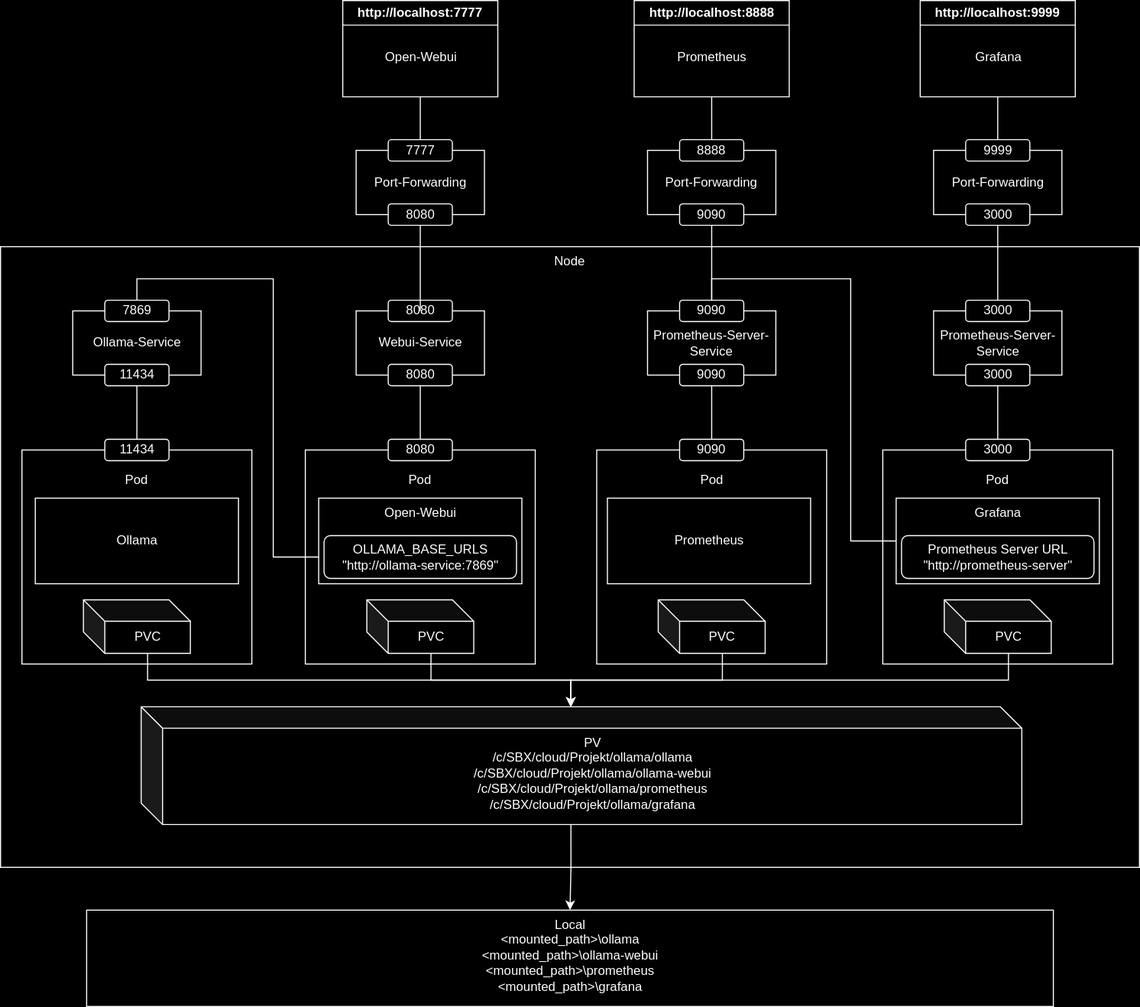
Earlier version of the draw.io export images/Architektur.drawio.svg (Constaa/cloudnative_laborarbeit). Source tidied: cells renumbered, new cells last; positions are measured from the earlier drawing's top-left corner, leaving out a move shared by most shapes.
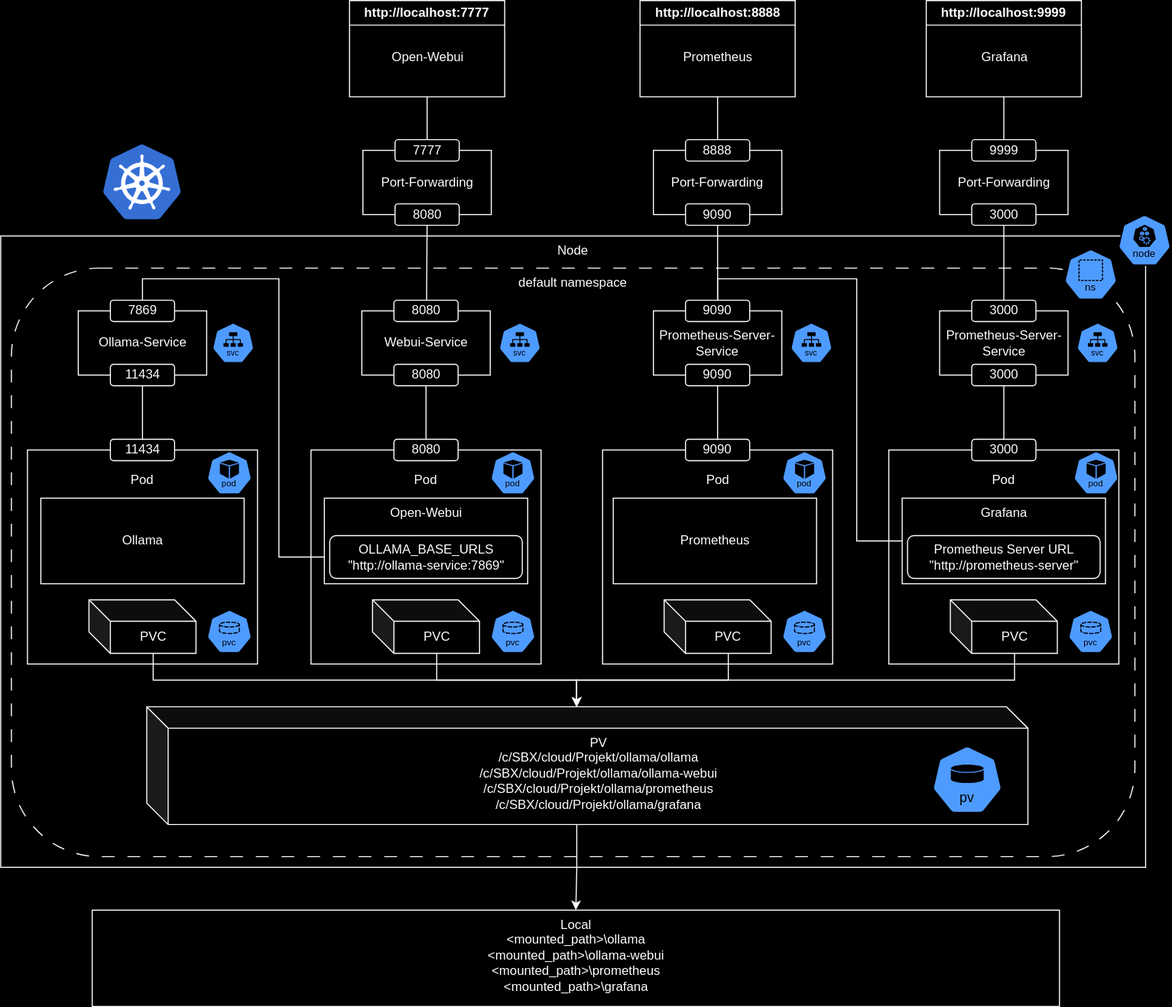
The same file after the commit.

What changed in the source:
```diff
@@ -2,9 +2,12 @@
   <root>
     <mxCell id="0" />
     <mxCell id="1" parent="0" />
-    <mxCell id="2" value="Node" style="whiteSpace=wrap;html=1;verticalAlign=top;" parent="1" vertex="1">
-      <mxGeometry y="230" width="1065" height="580" as="geometry" />
+    <mxCell id="2" value="Node" style="whiteSpace=wrap;html=1;verticalAlign=top;gradientColor=none;" parent="1" vertex="1">
+      <mxGeometry x="-5" y="220" width="1070" height="590" as="geometry" />
     </mxCell>
+    <mxCell id="75" value="default namespace" style="rounded=1;whiteSpace=wrap;html=1;dashed=1;dashPattern=12 12;verticalAlign=top;" parent="1" vertex="1">
+      <mxGeometry x="5" y="250" width="1050" height="550" as="geometry" />
+    </mxCell>
     <mxCell id="3" value="&lt;div&gt;&lt;br&gt;&lt;/div&gt;Pod" style="whiteSpace=wrap;html=1;verticalAlign=top;" parent="1" vertex="1">
       <mxGeometry x="20" y="420" width="215" height="200" as="geometry" />
     </mxCell>
@@ -27,7 +30,7 @@
       <mxGeometry relative="1" as="geometry" />
     </mxCell>
     <mxCell id="10" value="http://localhost:7777" style="swimlane;whiteSpace=wrap;html=1;" parent="1" vertex="1">
-      <mxGeometry x="320" width="145" height="90" as="geometry" />
+      <mxGeometry x="321" width="145" height="90" as="geometry" />
     </mxCell>
     <mxCell id="11" value="Open-Webui" style="text;html=1;align=center;verticalAlign=middle;strokeColor=none;fillColor=none;" parent="10" vertex="1">
       <mxGeometry x="27.5" y="38" width="90" height="30" as="geometry" />
@@ -147,7 +150,7 @@
       <mxGeometry x="902.5" y="410" width="60" height="20" as="geometry" />
     </mxCell>
     <mxCell id="46" style="group;" parent="1" vertex="1">
-      <mxGeometry x="332.5" y="130" width="120" height="80" as="geometry" />
+      <mxGeometry x="333.5" y="130" width="120" height="80" as="geometry" />
     </mxCell>
     <mxCell id="47" value="Port-Forwarding" style="rounded=0;whiteSpace=wrap;html=1;" parent="46" vertex="1">
       <mxGeometry y="10" width="120" height="60" as="geometry" />
@@ -158,8 +161,10 @@
     <mxCell id="49" value="7777" style="rounded=1;whiteSpace=wrap;html=1;" parent="46" vertex="1">
       <mxGeometry x="30" width="60" height="20" as="geometry" />
     </mxCell>
-    <mxCell id="50" style="edgeStyle=orthogonalEdgeStyle;rounded=0;jettySize=auto;html=1;entryX=0.5;entryY=1;entryDx=0;entryDy=0;endArrow=none;endFill=0;" parent="1" edge="1" source="13" target="48">
-      <mxGeometry relative="1" as="geometry" />
+    <mxCell id="50" style="edgeStyle=orthogonalEdgeStyle;rounded=0;jettySize=auto;html=1;entryX=0.5;entryY=1;entryDx=0;entryDy=0;endArrow=none;endFill=0;" parent="1" edge="1" target="48">
+      <mxGeometry relative="1" as="geometry">
+        <mxPoint x="393" y="280" as="sourcePoint" />
+      </mxGeometry>
     </mxCell>
     <mxCell id="51" style="edgeStyle=orthogonalEdgeStyle;rounded=0;jettySize=auto;html=1;exitX=0.5;exitY=0;exitDx=0;exitDy=0;entryX=0.5;entryY=1;entryDx=0;entryDy=0;endArrow=none;endFill=0;" parent="1" edge="1" source="49" target="10">
       <mxGeometry relative="1" as="geometry" />
@@ -235,5 +240,53 @@
     <mxCell id="74" style="edgeStyle=orthogonalEdgeStyle;rounded=0;jettySize=auto;html=1;exitX=0;exitY=0;exitDx=60;exitDy=50;exitPerimeter=0;entryX=0;entryY=0;entryDx=401.75;entryDy=0;entryPerimeter=0;" parent="1" edge="1" source="72" target="27">
       <mxGeometry relative="1" as="geometry" />
     </mxCell>
+    <mxCell id="76" style="sketch=0;html=1;dashed=0;whitespace=wrap;verticalLabelPosition=bottom;verticalAlign=top;fillColor=#2875E2;strokeColor=#ffffff;shape=mxgraph.kubernetes.icon2;kubernetesLabel=1;prIcon=pod;" parent="1" vertex="1">
+      <mxGeometry x="187.5" y="421" width="42.5" height="40.8" as="geometry" />
+    </mxCell>
+    <mxCell id="77" style="sketch=0;html=1;dashed=0;whitespace=wrap;verticalLabelPosition=bottom;verticalAlign=top;fillColor=#2875E2;strokeColor=#ffffff;shape=mxgraph.kubernetes.icon2;kubernetesLabel=1;prIcon=pod;" parent="1" vertex="1">
+      <mxGeometry x="452.5" y="421" width="42.5" height="40.8" as="geometry" />
+    </mxCell>
+    <mxCell id="78" style="sketch=0;html=1;dashed=0;whitespace=wrap;verticalLabelPosition=bottom;verticalAlign=top;fillColor=#2875E2;strokeColor=#ffffff;shape=mxgraph.kubernetes.icon2;kubernetesLabel=1;prIcon=pod;" parent="1" vertex="1">
+      <mxGeometry x="725" y="421" width="42.5" height="40.8" as="geometry" />
+    </mxCell>
+    <mxCell id="79" style="sketch=0;html=1;dashed=0;whitespace=wrap;verticalLabelPosition=bottom;verticalAlign=top;fillColor=#2875E2;strokeColor=#ffffff;shape=mxgraph.kubernetes.icon2;kubernetesLabel=1;prIcon=pod;" parent="1" vertex="1">
+      <mxGeometry x="997.5" y="421" width="42.5" height="40.8" as="geometry" />
+    </mxCell>
+    <mxCell id="80" style="sketch=0;html=1;dashed=0;whitespace=wrap;verticalLabelPosition=bottom;verticalAlign=top;fillColor=#2875E2;strokeColor=#ffffff;shape=mxgraph.kubernetes.icon2;kubernetesLabel=1;prIcon=svc;" parent="1" vertex="1">
+      <mxGeometry x="192.5" y="301" width="39.6" height="38" as="geometry" />
+    </mxCell>
+    <mxCell id="81" style="sketch=0;html=1;dashed=0;whitespace=wrap;verticalLabelPosition=bottom;verticalAlign=top;fillColor=#2875E2;strokeColor=#ffffff;shape=mxgraph.kubernetes.icon2;kubernetesLabel=1;prIcon=svc;" parent="1" vertex="1">
+      <mxGeometry x="460.4" y="301" width="39.6" height="38" as="geometry" />
+    </mxCell>
+    <mxCell id="82" style="sketch=0;html=1;dashed=0;whitespace=wrap;verticalLabelPosition=bottom;verticalAlign=top;fillColor=#2875E2;strokeColor=#ffffff;shape=mxgraph.kubernetes.icon2;kubernetesLabel=1;prIcon=svc;" parent="1" vertex="1">
+      <mxGeometry x="732.9" y="301" width="39.6" height="38" as="geometry" />
+    </mxCell>
+    <mxCell id="83" style="sketch=0;html=1;dashed=0;whitespace=wrap;verticalLabelPosition=bottom;verticalAlign=top;fillColor=#2875E2;strokeColor=#ffffff;shape=mxgraph.kubernetes.icon2;kubernetesLabel=1;prIcon=svc;" parent="1" vertex="1">
+      <mxGeometry x="1000.4" y="301" width="39.6" height="38" as="geometry" />
+    </mxCell>
+    <mxCell id="84" style="sketch=0;html=1;dashed=0;whitespace=wrap;verticalLabelPosition=bottom;verticalAlign=top;fillColor=#2875E2;strokeColor=#ffffff;shape=mxgraph.kubernetes.icon2;kubernetesLabel=1;prIcon=pv;" parent="1" vertex="1">
+      <mxGeometry x="865" y="696" width="66.7" height="64" as="geometry" />
+    </mxCell>
+    <mxCell id="85" style="sketch=0;html=1;dashed=0;whitespace=wrap;verticalLabelPosition=bottom;verticalAlign=top;fillColor=#2875E2;strokeColor=#ffffff;shape=mxgraph.kubernetes.icon2;kubernetesLabel=1;prIcon=pvc;" parent="1" vertex="1">
+      <mxGeometry x="452.5" y="569.2" width="42.5" height="40.8" as="geometry" />
+    </mxCell>
+    <mxCell id="86" style="sketch=0;html=1;dashed=0;whitespace=wrap;verticalLabelPosition=bottom;verticalAlign=top;fillColor=#2875E2;strokeColor=#ffffff;shape=mxgraph.kubernetes.icon2;kubernetesLabel=1;prIcon=pvc;" parent="1" vertex="1">
+      <mxGeometry x="725" y="569.2" width="42.5" height="40.8" as="geometry" />
+    </mxCell>
+    <mxCell id="87" style="sketch=0;html=1;dashed=0;whitespace=wrap;verticalLabelPosition=bottom;verticalAlign=top;fillColor=#2875E2;strokeColor=#ffffff;shape=mxgraph.kubernetes.icon2;kubernetesLabel=1;prIcon=pvc;" parent="1" vertex="1">
+      <mxGeometry x="992.5" y="569.2" width="42.5" height="40.8" as="geometry" />
+    </mxCell>
+    <mxCell id="88" style="sketch=0;html=1;dashed=0;whitespace=wrap;verticalLabelPosition=bottom;verticalAlign=top;fillColor=#2875E2;strokeColor=#ffffff;shape=mxgraph.kubernetes.icon2;kubernetesLabel=1;prIcon=pvc;" parent="1" vertex="1">
+      <mxGeometry x="187.5" y="569.2" width="42.5" height="40.8" as="geometry" />
+    </mxCell>
+    <mxCell id="89" style="sketch=0;html=1;dashed=0;whitespace=wrap;verticalLabelPosition=bottom;verticalAlign=top;fillColor=#2875E2;strokeColor=#ffffff;shape=mxgraph.kubernetes.icon2;kubernetesLabel=1;prIcon=ns;" parent="1" vertex="1">
+      <mxGeometry x="988.8" y="232" width="50" height="48" as="geometry" />
+    </mxCell>
+    <mxCell id="90" style="sketch=0;html=1;dashed=0;whitespace=wrap;verticalLabelPosition=bottom;verticalAlign=top;fillColor=#2875E2;strokeColor=#ffffff;shape=mxgraph.kubernetes.icon2;kubernetesLabel=1;prIcon=node;" parent="1" vertex="1">
+      <mxGeometry x="1039" y="200" width="50" height="48" as="geometry" />
+    </mxCell>
+    <mxCell id="91" style="image;sketch=0;html=1;align=center;fontSize=12;image=img/lib/mscae/Kubernetes.svg;" parent="1" vertex="1">
+      <mxGeometry x="91" y="135" width="72.9" height="70" as="geometry" />
+    </mxCell>
   </root>
 </mxGraphModel>
```
